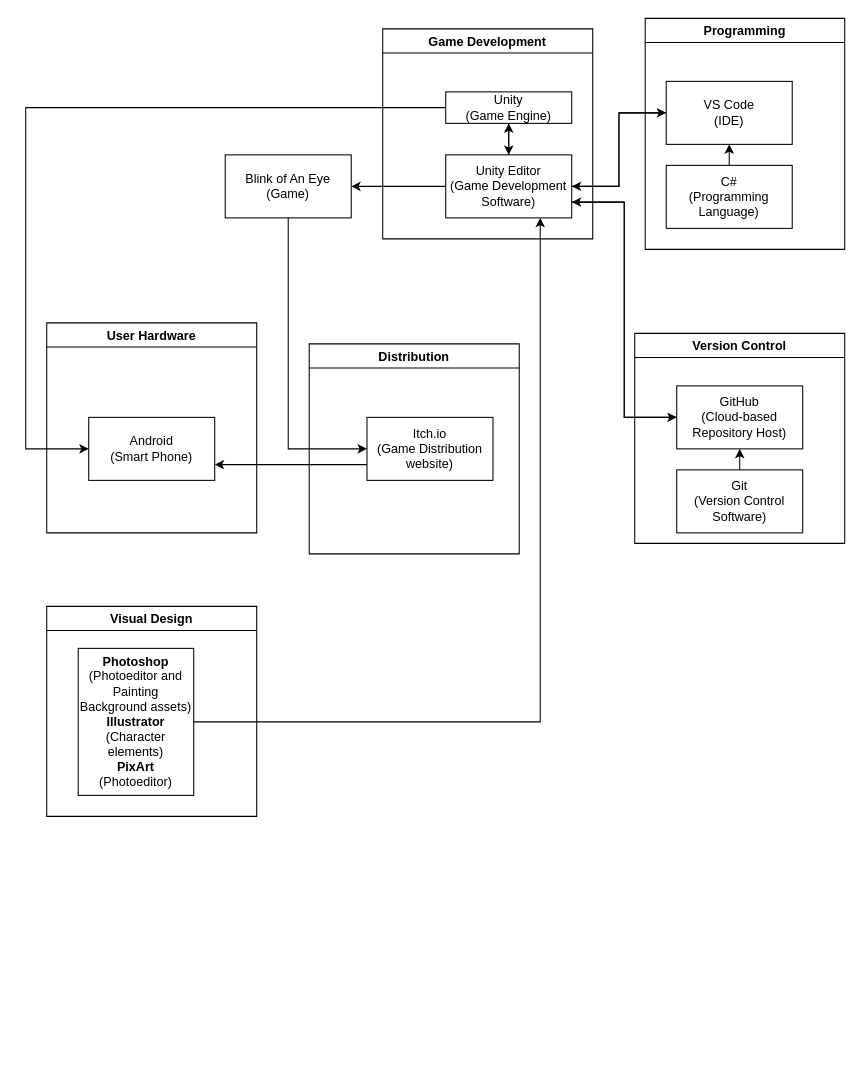
Before: page "Sprint 1 Architecture Diagram" (4 of 4) of WakeUpRPG.drawio in cs-utulsa/Wake-Up-RPG, a draw.io diagram. Source tidied: cells renumbered, new cells numbered last; positions are measured from the earlier drawing's top-left corner, leaving out a move shared by most shapes. Both pictures are drawn from the tidied source at 105%, with x=0, y=0 at pixel (25, 18).
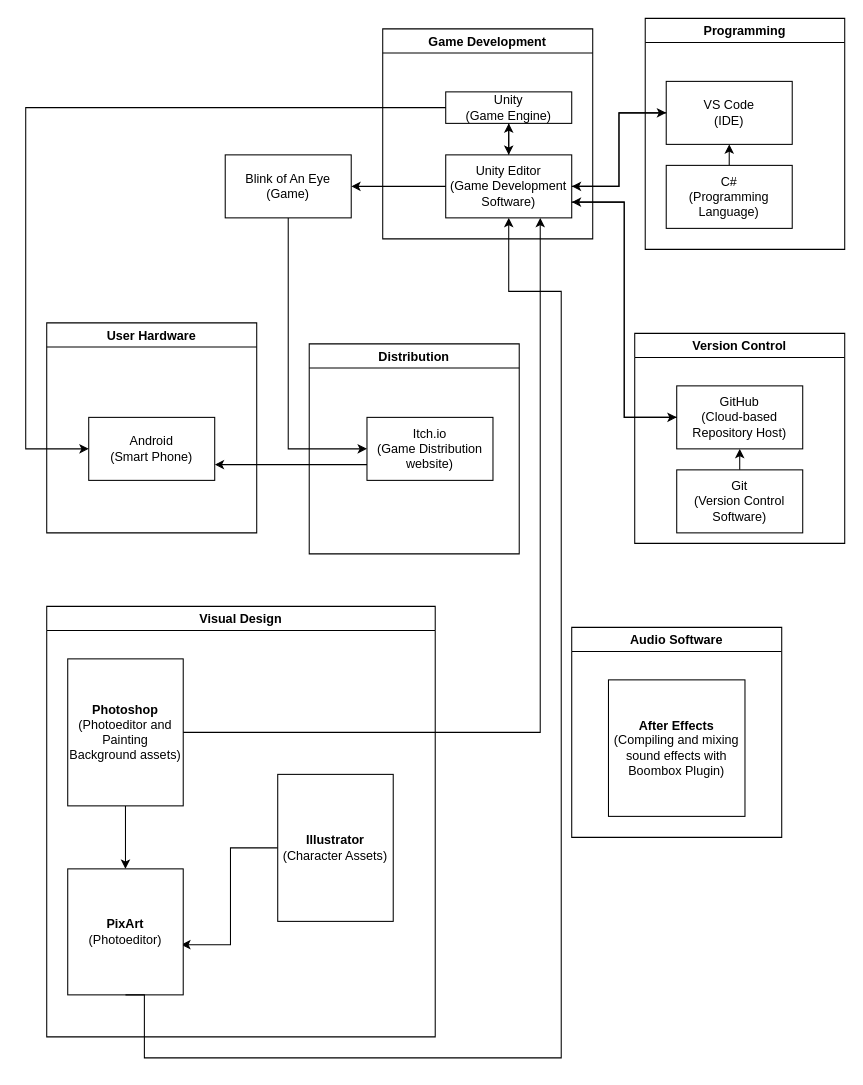
The same diagram, later.

The change refers to these unchanged cells:
```xml
<mxCell id="10" value="Unity Editor&lt;br&gt;(Game Development Software)" style="rounded=0;whiteSpace=wrap;html=1;" parent="6" vertex="1">
  <mxGeometry x="60" y="120" width="120" height="60" as="geometry" />
</mxCell>
```

The edit, as a diff of the source:
```diff
@@
     <mxCell id="28" value="Visual Design" style="swimlane;" parent="1" vertex="1">
-      <mxGeometry x="20" y="560" width="200" height="200" as="geometry" />
+      <mxGeometry x="20" y="560" width="370" height="410" as="geometry" />
     </mxCell>
-    <mxCell id="29" value="&lt;b&gt;Photoshop&lt;/b&gt;&lt;br&gt;(Photoeditor and Painting Background assets)&lt;br&gt;&lt;b&gt;Illustrator&lt;/b&gt; (Character elements)&lt;br&gt;&lt;b&gt;PixArt&lt;br&gt;&lt;/b&gt;(Photoeditor)" style="rounded=0;whiteSpace=wrap;html=1;" parent="28" vertex="1">
-      <mxGeometry x="30" y="40" width="110" height="140" as="geometry" />
+    <mxCell id="29" value="&lt;b&gt;Photoshop&lt;/b&gt;&lt;br&gt;(Photoeditor and Painting Background assets)" style="rounded=0;whiteSpace=wrap;html=1;" parent="28" vertex="1">
+      <mxGeometry x="20" y="50" width="110" height="140" as="geometry" />
     </mxCell>
@@
+    <mxCell id="31" value="Audio Software" style="swimlane;" parent="1" vertex="1">
+      <mxGeometry x="520" y="580" width="200" height="200" as="geometry" />
+    </mxCell>
+    <mxCell id="32" value="&lt;b&gt;After Effects&lt;/b&gt;&lt;br&gt;(Compiling and mixing sound effects with Boombox Plugin)" style="whiteSpace=wrap;html=1;" parent="31" vertex="1">
+      <mxGeometry x="35" y="50" width="130" height="130" as="geometry" />
+    </mxCell>
+    <mxCell id="33" style="edgeStyle=orthogonalEdgeStyle;rounded=0;jettySize=auto;html=1;exitX=0;exitY=0.5;exitDx=0;exitDy=0;entryX=0.982;entryY=0.602;entryDx=0;entryDy=0;entryPerimeter=0;" parent="1" edge="1" source="34" target="35">
+      <mxGeometry relative="1" as="geometry" />
+    </mxCell>
+    <mxCell id="34" value="&lt;b&gt;Illustrator&lt;/b&gt;&lt;br&gt;(Character Assets)" style="rounded=0;whiteSpace=wrap;html=1;" parent="1" vertex="1">
+      <mxGeometry x="240" y="720" width="110" height="140" as="geometry" />
+    </mxCell>
+    <mxCell id="35" value="&lt;b&gt;PixArt&lt;/b&gt;&lt;br&gt;(Photoeditor)" style="rounded=0;whiteSpace=wrap;html=1;" parent="1" vertex="1">
+      <mxGeometry x="40" y="810" width="110" height="120" as="geometry" />
+    </mxCell>
+    <mxCell id="36" style="edgeStyle=orthogonalEdgeStyle;rounded=0;jettySize=auto;html=1;exitX=0.5;exitY=1;exitDx=0;exitDy=0;entryX=0.5;entryY=0;entryDx=0;entryDy=0;" parent="1" edge="1" source="29" target="35">
+      <mxGeometry relative="1" as="geometry" />
+    </mxCell>
+    <mxCell id="37" style="edgeStyle=orthogonalEdgeStyle;rounded=0;jettySize=auto;html=1;exitX=0.5;exitY=1;exitDx=0;exitDy=0;entryX=0.5;entryY=1;entryDx=0;entryDy=0;" parent="1" edge="1" source="35" target="10">
+      <mxGeometry relative="1" as="geometry">
+        <Array as="points">
+          <mxPoint x="113" y="930" />
+          <mxPoint x="113" y="990" />
+          <mxPoint x="510" y="990" />
+          <mxPoint x="510" y="260" />
+          <mxPoint x="460" y="260" />
+        </Array>
+      </mxGeometry>
+    </mxCell>
```
